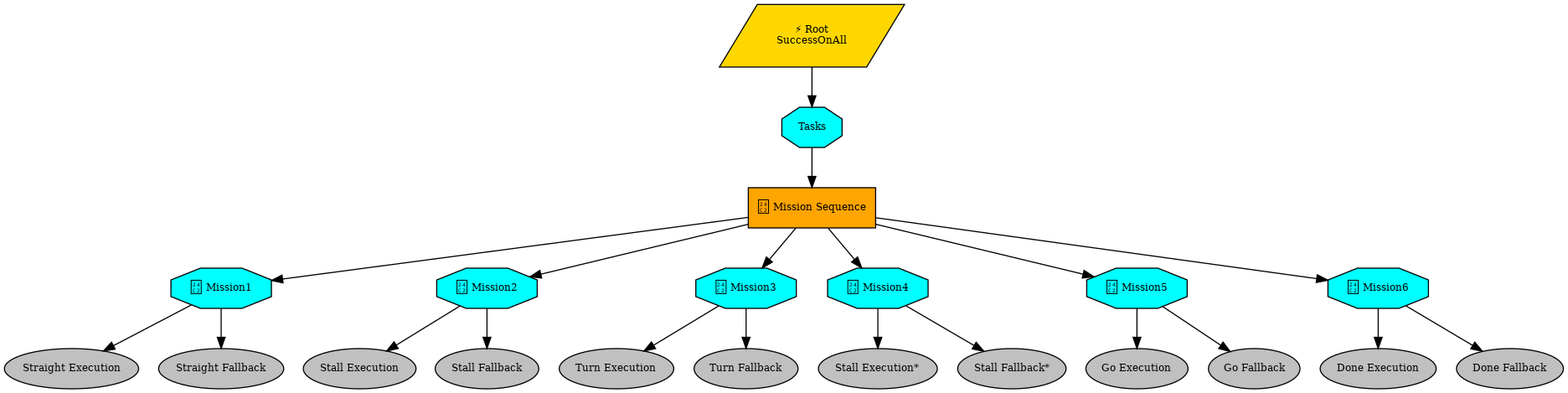
The Graphviz diagram root.png in AMV-UI/KKI-25, before a commit. Its source is kept beside it as root.dot.
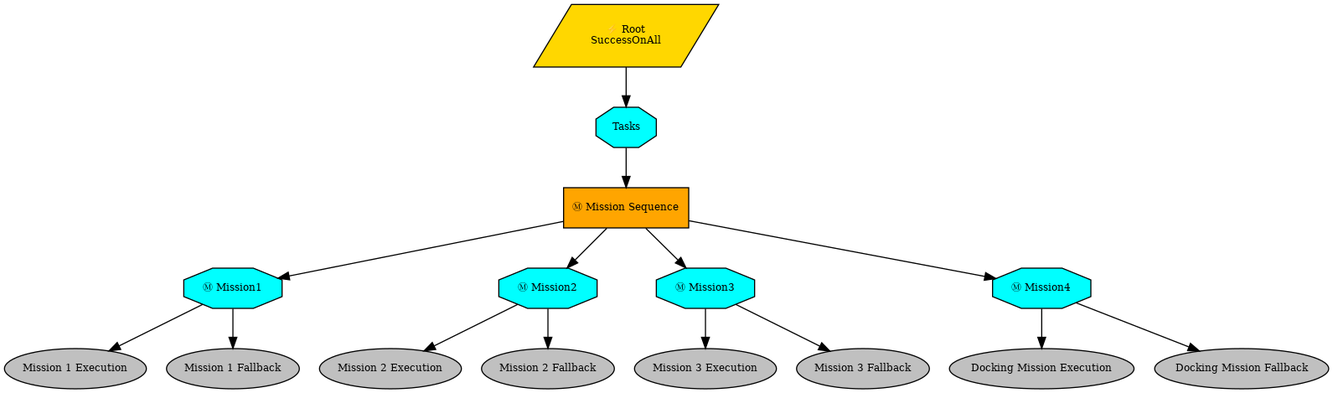
After the change.

What changed in the source:
```diff
@@ -3,45 +3,33 @@
 graph [fontname="times-roman"];
 node [fontname="times-roman"];
 edge [fontname="times-roman"];
-Root [label="⚡ Root\nSuccessOnAll", shape=parallelogram, style=filled, fillcolor=gold, fontsize=9, fontcolor=black];
-Tasks [label=Tasks, shape=octagon, style=filled, fillcolor=cyan, fontsize=9, fontcolor=black];
+Root [fillcolor=gold, fontcolor=black, fontsize=9, label="⚡ Root\nSuccessOnAll", shape=parallelogram, style=filled];
+Tasks [fillcolor=cyan, fontcolor=black, fontsize=9, label=Tasks, shape=octagon, style=filled];
 Root -> Tasks;
-"Mission Sequence" [label="Ⓜ Mission Sequence", shape=box, style=filled, fillcolor=orange, fontsize=9, fontcolor=black];
+"Mission Sequence" [fillcolor=orange, fontcolor=black, fontsize=9, label="Ⓜ Mission Sequence", shape=box, style=filled];
 Tasks -> "Mission Sequence";
-Mission1 [label="Ⓜ Mission1", shape=octagon, style=filled, fillcolor=cyan, fontsize=9, fontcolor=black];
+Mission1 [fillcolor=cyan, fontcolor=black, fontsize=9, label="Ⓜ Mission1", shape=octagon, style=filled];
 "Mission Sequence" -> Mission1;
-"Straight Execution" [label="Straight Execution", shape=ellipse, style=filled, fillcolor=gray, fontsize=9, fontcolor=black];
-Mission1 -> "Straight Execution";
-"Straight Fallback" [label="Straight Fallback", shape=ellipse, style=filled, fillcolor=gray, fontsize=9, fontcolor=black];
-Mission1 -> "Straight Fallback";
-Mission2 [label="Ⓜ Mission2", shape=octagon, style=filled, fillcolor=cyan, fontsize=9, fontcolor=black];
+"Mission 1 Execution" [fillcolor=gray, fontcolor=black, fontsize=9, label="Mission 1 Execution", shape=ellipse, style=filled];
+Mission1 -> "Mission 1 Execution";
+"Mission 1 Fallback" [fillcolor=gray, fontcolor=black, fontsize=9, label="Mission 1 Fallback", shape=ellipse, style=filled];
+Mission1 -> "Mission 1 Fallback";
+Mission2 [fillcolor=cyan, fontcolor=black, fontsize=9, label="Ⓜ Mission2", shape=octagon, style=filled];
 "Mission Sequence" -> Mission2;
-"Stall Execution" [label="Stall Execution", shape=ellipse, style=filled, fillcolor=gray, fontsize=9, fontcolor=black];
-Mission2 -> "Stall Execution";
-"Stall Fallback" [label="Stall Fallback", shape=ellipse, style=filled, fillcolor=gray, fontsize=9, fontcolor=black];
-Mission2 -> "Stall Fallback";
-Mission3 [label="Ⓜ Mission3", shape=octagon, style=filled, fillcolor=cyan, fontsize=9, fontcolor=black];
+"Mission 2 Execution" [fillcolor=gray, fontcolor=black, fontsize=9, label="Mission 2 Execution", shape=ellipse, style=filled];
+Mission2 -> "Mission 2 Execution";
+"Mission 2 Fallback" [fillcolor=gray, fontcolor=black, fontsize=9, label="Mission 2 Fallback", shape=ellipse, style=filled];
+Mission2 -> "Mission 2 Fallback";
+Mission3 [fillcolor=cyan, fontcolor=black, fontsize=9, label="Ⓜ Mission3", shape=octagon, style=filled];
 "Mission Sequence" -> Mission3;
-"Turn Execution" [label="Turn Execution", shape=ellipse, style=filled, fillcolor=gray, fontsize=9, fontcolor=black];
-Mission3 -> "Turn Execution";
-"Turn Fallback" [label="Turn Fallback", shape=ellipse, style=filled, fillcolor=gray, fontsize=9, fontcolor=black];
-Mission3 -> "Turn Fallback";
-Mission4 [label="Ⓜ Mission4", shape=octagon, style=filled, fillcolor=cyan, fontsize=9, fontcolor=black];
+"Mission 3 Execution" [fillcolor=gray, fontcolor=black, fontsize=9, label="Mission 3 Execution", shape=ellipse, style=filled];
+Mission3 -> "Mission 3 Execution";
+"Mission 3 Fallback" [fillcolor=gray, fontcolor=black, fontsize=9, label="Mission 3 Fallback", shape=ellipse, style=filled];
+Mission3 -> "Mission 3 Fallback";
+Mission4 [fillcolor=cyan, fontcolor=black, fontsize=9, label="Ⓜ Mission4", shape=octagon, style=filled];
 "Mission Sequence" -> Mission4;
-"Stall Execution*" [label="Stall Execution*", shape=ellipse, style=filled, fillcolor=gray, fontsize=9, fontcolor=black];
-Mission4 -> "Stall Execution*";
-"Stall Fallback*" [label="Stall Fallback*", shape=ellipse, style=filled, fillcolor=gray, fontsize=9, fontcolor=black];
-Mission4 -> "Stall Fallback*";
-Mission5 [label="Ⓜ Mission5", shape=octagon, style=filled, fillcolor=cyan, fontsize=9, fontcolor=black];
-"Mission Sequence" -> Mission5;
-"Go Execution" [label="Go Execution", shape=ellipse, style=filled, fillcolor=gray, fontsize=9, fontcolor=black];
-Mission5 -> "Go Execution";
-"Go Fallback" [label="Go Fallback", shape=ellipse, style=filled, fillcolor=gray, fontsize=9, fontcolor=black];
-Mission5 -> "Go Fallback";
-Mission6 [label="Ⓜ Mission6", shape=octagon, style=filled, fillcolor=cyan, fontsize=9, fontcolor=black];
-"Mission Sequence" -> Mission6;
-"Done Execution" [label="Done Execution", shape=ellipse, style=filled, fillcolor=gray, fontsize=9, fontcolor=black];
-Mission6 -> "Done Execution";
-"Done Fallback" [label="Done Fallback", shape=ellipse, style=filled, fillcolor=gray, fontsize=9, fontcolor=black];
-Mission6 -> "Done Fallback";
+"Docking Mission Execution" [fillcolor=gray, fontcolor=black, fontsize=9, label="Docking Mission Execution", shape=ellipse, style=filled];
+Mission4 -> "Docking Mission Execution";
+"Docking Mission Fallback" [fillcolor=gray, fontcolor=black, fontsize=9, label="Docking Mission Fallback", shape=ellipse, style=filled];
+Mission4 -> "Docking Mission Fallback";
 }
```
